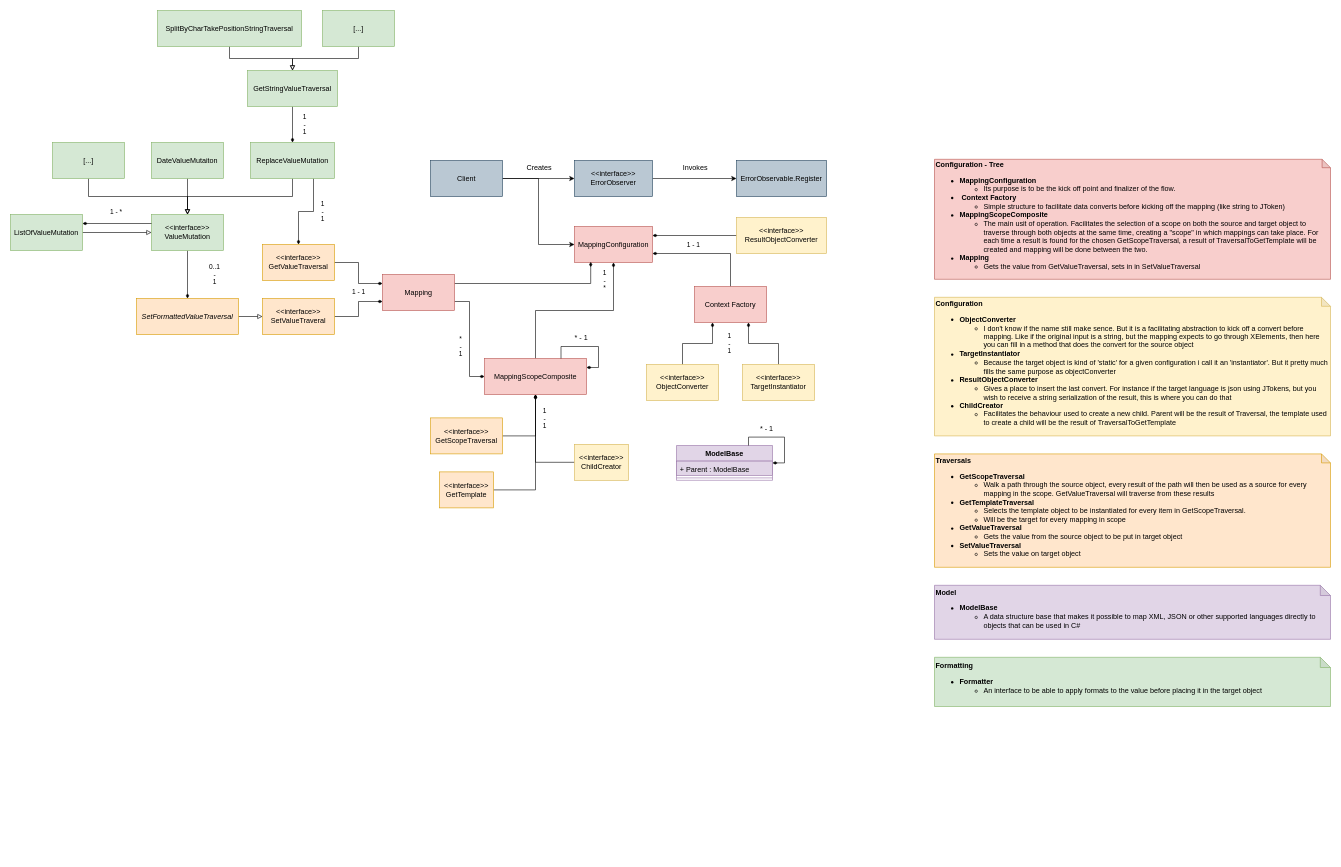
Before: Mapping.drawio in DaveyvanTilburg/AdaptableMapper, a draw.io diagram. Source tidied: cells renumbered, new cells numbered last; positions are measured from the earlier drawing's top-left corner, leaving out a move shared by most shapes. Both pictures are drawn from the tidied source at 60%, with x=0, y=0 at pixel (10, 10).
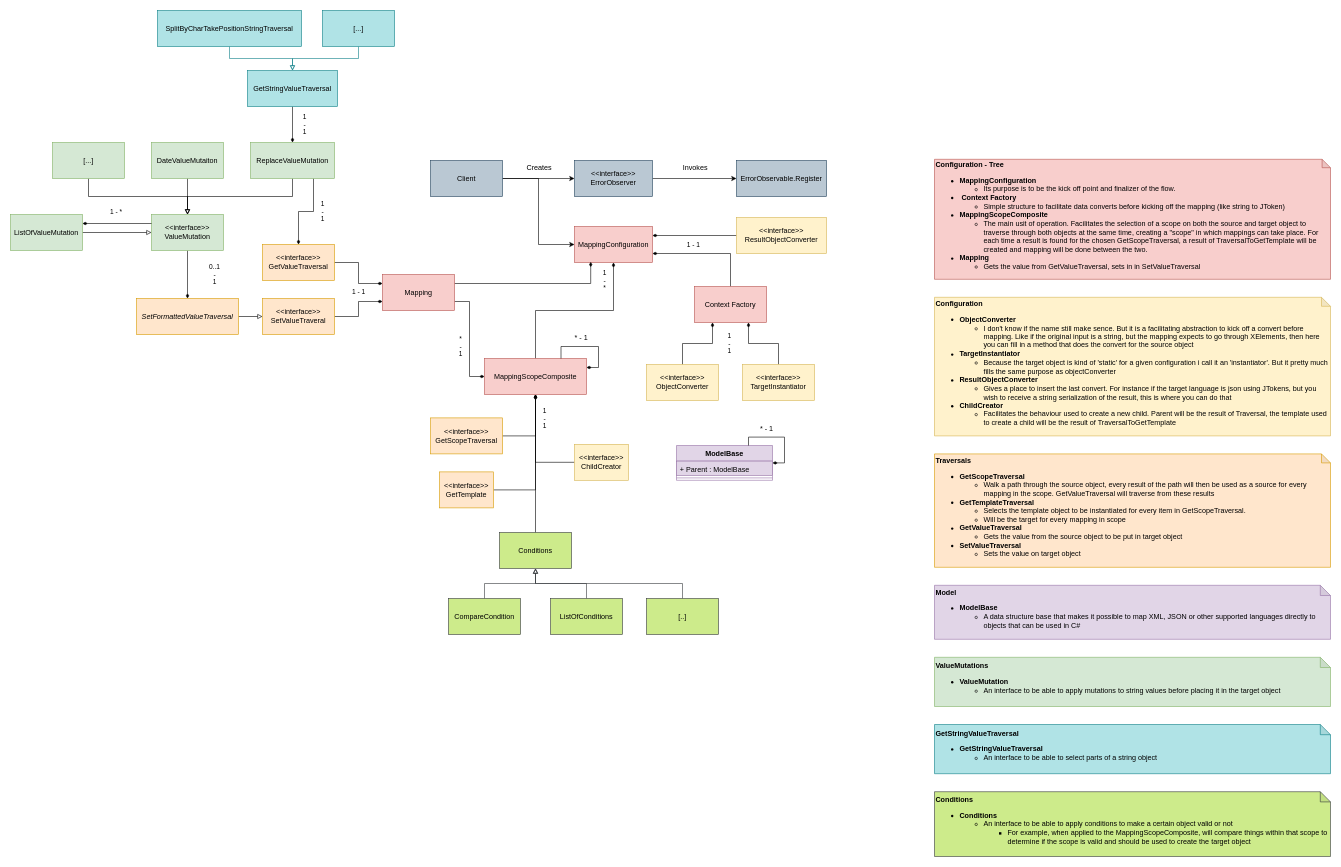
Above is the later version.

Unchanged cells that the change refers to:
```xml
<mxCell id="21" value="MappingScopeComposite" style="rounded=0;whiteSpace=wrap;html=1;fillColor=#f8cecc;strokeColor=#b85450;" parent="1" vertex="1">
  <mxGeometry x="790" y="580" width="170" height="60" as="geometry" />
</mxCell>
```

Change to the diagram source:
```diff
@@
+    <mxCell id="66" style="edgeStyle=orthogonalEdgeStyle;rounded=0;jettySize=auto;html=1;exitX=0.5;exitY=1;exitDx=0;exitDy=0;entryX=0.5;entryY=0;entryDx=0;entryDy=0;endArrow=none;endFill=0;startArrow=diamondThin;startFill=1;" parent="1" edge="1" source="21" target="69">
+      <mxGeometry relative="1" as="geometry" />
+    </mxCell>
@@
-    <mxCell id="49" value="&lt;div&gt;&lt;b&gt;Formatting&lt;/b&gt;&lt;/div&gt;&lt;ul&gt;&lt;li&gt;&lt;span&gt;&lt;b&gt;Formatter&lt;/b&gt;&lt;/span&gt;&lt;/li&gt;&lt;ul&gt;&lt;li&gt;&lt;span&gt;An interface to be able to apply formats to the value before placing it in the target object&lt;/span&gt;&lt;/li&gt;&lt;/ul&gt;&lt;/ul&gt;" style="shape=note;whiteSpace=wrap;html=1;backgroundOutline=1;darkOpacity=0.05;size=17;fillColor=#d5e8d4;strokeColor=#82b366;align=left;" parent="1" vertex="1">
+    <mxCell id="49" value="&lt;div&gt;&lt;b&gt;ValueMutations&lt;/b&gt;&lt;/div&gt;&lt;ul&gt;&lt;li&gt;&lt;span&gt;&lt;b&gt;ValueMutation&lt;/b&gt;&lt;/span&gt;&lt;/li&gt;&lt;ul&gt;&lt;li&gt;&lt;span&gt;An interface to be able to apply mutations to string values before placing it in the target object&lt;/span&gt;&lt;/li&gt;&lt;/ul&gt;&lt;/ul&gt;" style="shape=note;whiteSpace=wrap;html=1;backgroundOutline=1;darkOpacity=0.05;size=17;fillColor=#d5e8d4;strokeColor=#82b366;align=left;" parent="1" vertex="1">
       <mxGeometry x="1540" y="1078" width="660" height="82" as="geometry" />
     </mxCell>
@@
-    <mxCell id="61" value="GetStringValueTraversal" style="rounded=0;whiteSpace=wrap;html=1;fillColor=#d5e8d4;strokeColor=#82b366;" parent="1" vertex="1">
+    <mxCell id="61" value="GetStringValueTraversal" style="rounded=0;whiteSpace=wrap;html=1;fillColor=#b0e3e6;strokeColor=#0e8088;" parent="1" vertex="1">
       <mxGeometry x="395" y="100" width="150" height="60" as="geometry" />
     </mxCell>
-    <mxCell id="62" style="edgeStyle=orthogonalEdgeStyle;rounded=0;jettySize=auto;html=1;exitX=0.5;exitY=1;exitDx=0;exitDy=0;entryX=0.5;entryY=0;entryDx=0;entryDy=0;endArrow=block;endFill=0;" parent="1" edge="1" source="63" target="61">
+    <mxCell id="62" style="edgeStyle=orthogonalEdgeStyle;rounded=0;jettySize=auto;html=1;exitX=0.5;exitY=1;exitDx=0;exitDy=0;entryX=0.5;entryY=0;entryDx=0;entryDy=0;endArrow=block;endFill=0;fillColor=#b0e3e6;strokeColor=#0e8088;" parent="1" edge="1" source="63" target="61">
       <mxGeometry relative="1" as="geometry" />
     </mxCell>
-    <mxCell id="63" value="SplitByCharTakePositionStringTraversal" style="rounded=0;whiteSpace=wrap;html=1;fillColor=#d5e8d4;strokeColor=#82b366;" parent="1" vertex="1">
+    <mxCell id="63" value="SplitByCharTakePositionStringTraversal" style="rounded=0;whiteSpace=wrap;html=1;fillColor=#b0e3e6;strokeColor=#0e8088;" parent="1" vertex="1">
       <mxGeometry x="245" width="240" height="60" as="geometry" />
     </mxCell>
-    <mxCell id="64" style="edgeStyle=orthogonalEdgeStyle;rounded=0;jettySize=auto;html=1;exitX=0.5;exitY=1;exitDx=0;exitDy=0;entryX=0.5;entryY=0;entryDx=0;entryDy=0;endArrow=block;endFill=0;" parent="1" edge="1" source="65" target="61">
+    <mxCell id="64" style="edgeStyle=orthogonalEdgeStyle;rounded=0;jettySize=auto;html=1;exitX=0.5;exitY=1;exitDx=0;exitDy=0;entryX=0.5;entryY=0;entryDx=0;entryDy=0;endArrow=block;endFill=0;fillColor=#b0e3e6;strokeColor=#0e8088;" parent="1" edge="1" source="65" target="61">
       <mxGeometry relative="1" as="geometry" />
     </mxCell>
-    <mxCell id="65" value="[...]" style="rounded=0;whiteSpace=wrap;html=1;fillColor=#d5e8d4;strokeColor=#82b366;" parent="1" vertex="1">
+    <mxCell id="65" value="[...]" style="rounded=0;whiteSpace=wrap;html=1;fillColor=#b0e3e6;strokeColor=#0e8088;" parent="1" vertex="1">
       <mxGeometry x="520" width="120" height="60" as="geometry" />
     </mxCell>
+    <mxCell id="67" value="&lt;div&gt;&lt;span style=&quot;text-align: center&quot;&gt;&lt;b&gt;GetStringValueTraversal&lt;/b&gt;&lt;/span&gt;&lt;br&gt;&lt;/div&gt;&lt;ul&gt;&lt;li&gt;&lt;span style=&quot;text-align: center&quot;&gt;&lt;b&gt;GetStringValueTraversal&lt;/b&gt;&lt;/span&gt;&lt;br&gt;&lt;/li&gt;&lt;ul&gt;&lt;li&gt;&lt;span&gt;An interface to be able to select parts of a string object&lt;/span&gt;&lt;/li&gt;&lt;/ul&gt;&lt;/ul&gt;" style="shape=note;whiteSpace=wrap;html=1;backgroundOutline=1;darkOpacity=0.05;size=17;fillColor=#b0e3e6;strokeColor=#0e8088;align=left;" parent="1" vertex="1">
+      <mxGeometry x="1540" y="1190" width="660" height="82" as="geometry" />
+    </mxCell>
+    <mxCell id="68" value="&lt;div&gt;&lt;b&gt;Conditions&lt;/b&gt;&lt;/div&gt;&lt;ul&gt;&lt;li&gt;&lt;span&gt;&lt;b&gt;Conditions&lt;/b&gt;&lt;/span&gt;&lt;/li&gt;&lt;ul&gt;&lt;li&gt;&lt;span&gt;An interface to be able to apply conditions to make a certain object valid or not&lt;/span&gt;&lt;/li&gt;&lt;ul&gt;&lt;li&gt;&lt;span&gt;For example, when applied to the MappingScopeComposite, will compare things within that scope to determine if the scope is valid and should be used to create the target object&lt;/span&gt;&lt;/li&gt;&lt;/ul&gt;&lt;/ul&gt;&lt;/ul&gt;" style="shape=note;whiteSpace=wrap;html=1;backgroundOutline=1;darkOpacity=0.05;size=17;fillColor=#cdeb8b;strokeColor=#36393d;align=left;" parent="1" vertex="1">
+      <mxGeometry x="1540" y="1302" width="660" height="108" as="geometry" />
+    </mxCell>
+    <mxCell id="69" value="Conditions" style="rounded=0;whiteSpace=wrap;html=1;fillColor=#cdeb8b;strokeColor=#36393d;" parent="1" vertex="1">
+      <mxGeometry x="815" y="870" width="120" height="60" as="geometry" />
+    </mxCell>
+    <mxCell id="70" style="edgeStyle=orthogonalEdgeStyle;rounded=0;jettySize=auto;html=1;exitX=0.5;exitY=0;exitDx=0;exitDy=0;entryX=0.5;entryY=1;entryDx=0;entryDy=0;startArrow=none;startFill=0;endArrow=block;endFill=0;fillColor=#cdeb8b;strokeColor=#36393d;" parent="1" edge="1" source="71" target="69">
+      <mxGeometry relative="1" as="geometry" />
+    </mxCell>
+    <mxCell id="71" value="CompareCondition" style="rounded=0;whiteSpace=wrap;html=1;fillColor=#cdeb8b;strokeColor=#36393d;" parent="1" vertex="1">
+      <mxGeometry x="730" y="980" width="120" height="60" as="geometry" />
+    </mxCell>
+    <mxCell id="72" style="edgeStyle=orthogonalEdgeStyle;rounded=0;jettySize=auto;html=1;exitX=0.5;exitY=0;exitDx=0;exitDy=0;entryX=0.5;entryY=1;entryDx=0;entryDy=0;startArrow=none;startFill=0;endArrow=block;endFill=0;fillColor=#cdeb8b;strokeColor=#36393d;" parent="1" edge="1" source="73" target="69">
+      <mxGeometry relative="1" as="geometry" />
+    </mxCell>
+    <mxCell id="73" value="ListOfConditions" style="rounded=0;whiteSpace=wrap;html=1;fillColor=#cdeb8b;strokeColor=#36393d;" parent="1" vertex="1">
+      <mxGeometry x="900" y="980" width="120" height="60" as="geometry" />
+    </mxCell>
+    <mxCell id="74" style="edgeStyle=orthogonalEdgeStyle;rounded=0;jettySize=auto;html=1;exitX=0.5;exitY=0;exitDx=0;exitDy=0;entryX=0.5;entryY=1;entryDx=0;entryDy=0;startArrow=none;startFill=0;endArrow=block;endFill=0;fillColor=#cdeb8b;strokeColor=#36393d;" parent="1" edge="1" source="75" target="69">
+      <mxGeometry relative="1" as="geometry" />
+    </mxCell>
+    <mxCell id="75" value="[..]" style="rounded=0;whiteSpace=wrap;html=1;fillColor=#cdeb8b;strokeColor=#36393d;" parent="1" vertex="1">
+      <mxGeometry x="1060" y="980" width="120" height="60" as="geometry" />
+    </mxCell>
```
